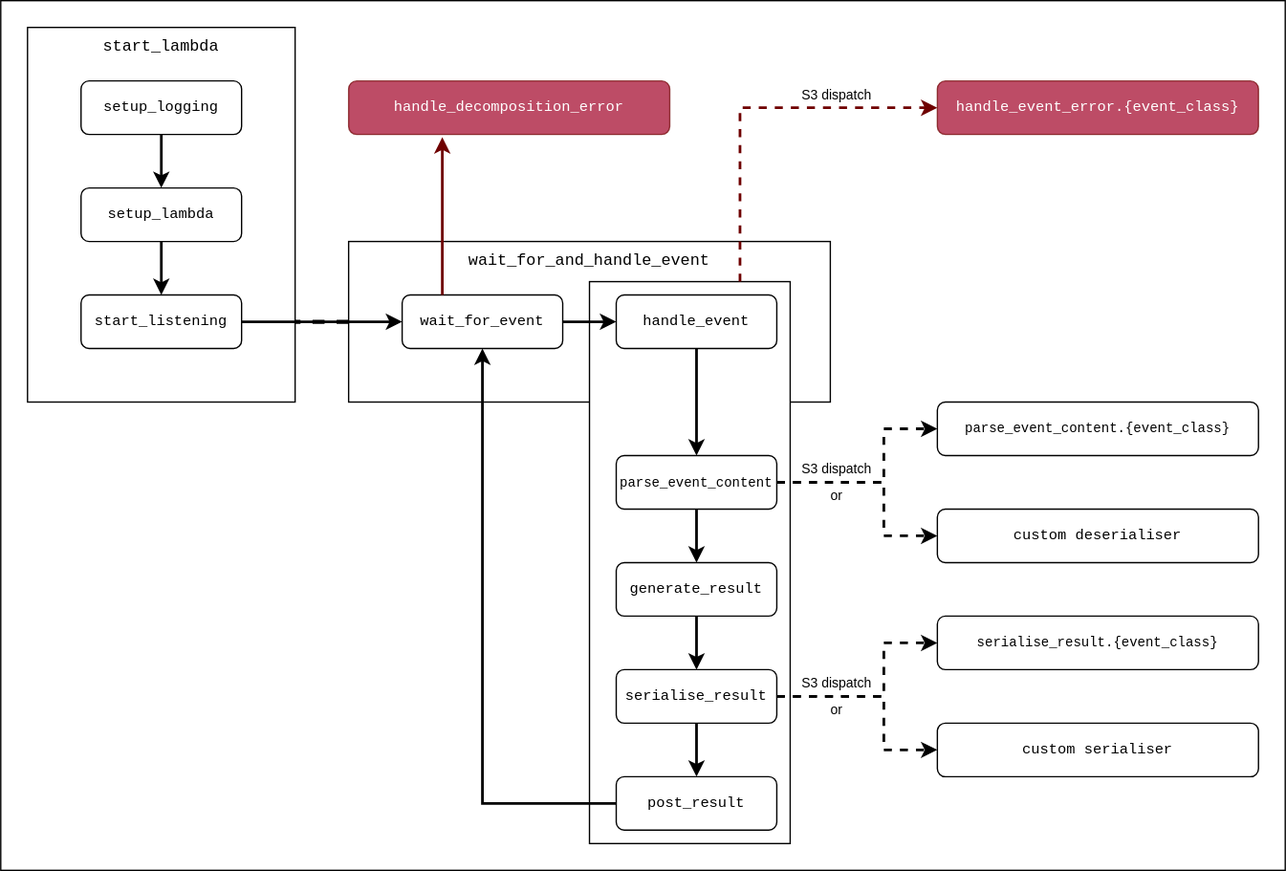
The draw.io diagram man/figures/start-listening.drawio.svg in mdneuzerling/lambdr, before a commit. Source tidied: cells renumbered, new cells last; positions are measured from the earlier drawing's top-left corner, leaving out a move shared by most shapes.
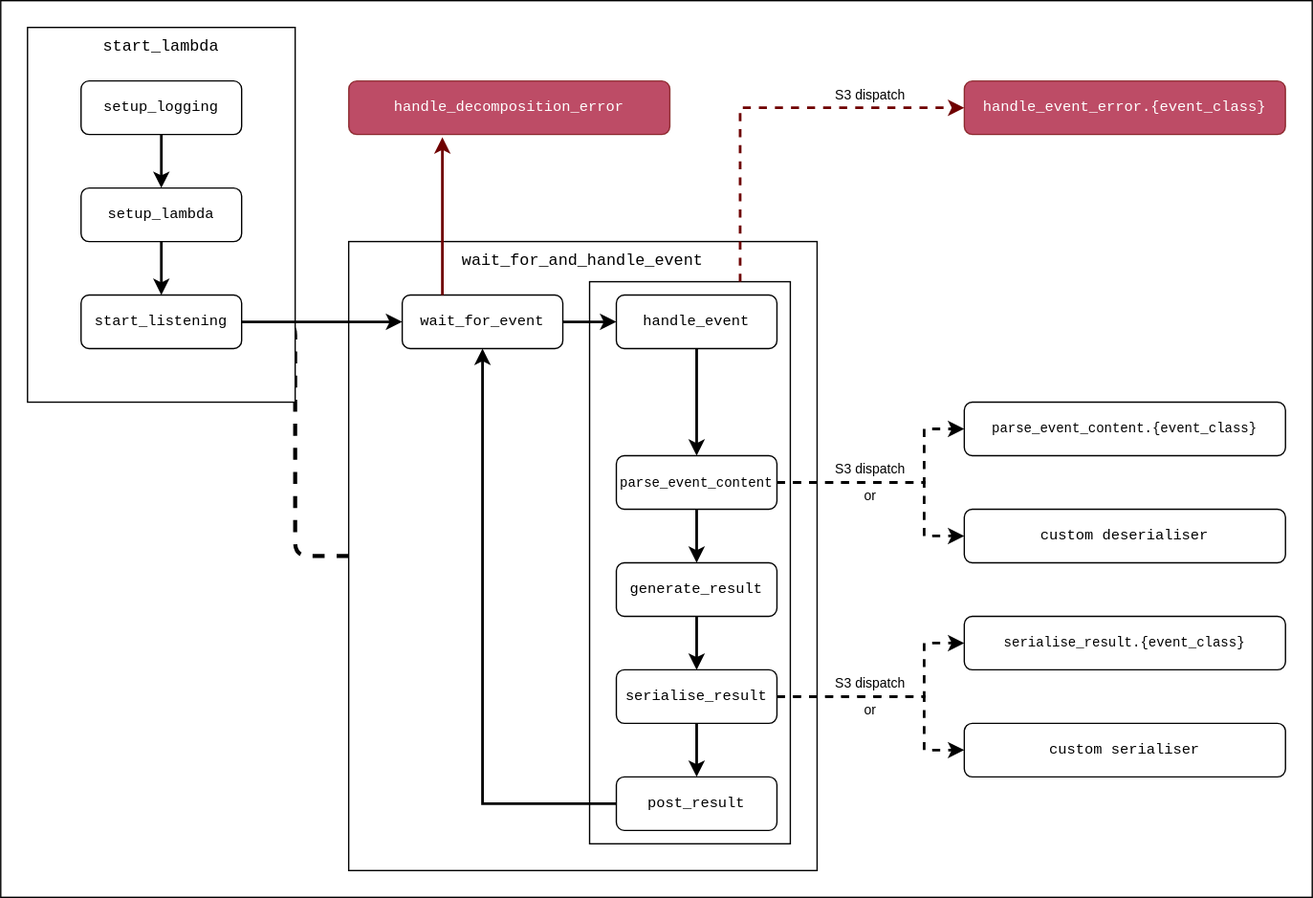
After the change.

Commit message:
General touches to README and fig

The edit, as a diff of the source:
```diff
@@ -3,13 +3,13 @@
     <mxCell id="0" />
     <mxCell id="1" parent="0" />
     <mxCell id="2" style="rounded=0;whiteSpace=wrap;html=1;fontSize=10;verticalAlign=top;fillColor=#FFFFFF;labelBackgroundColor=#ffffff;" parent="1" vertex="1">
-      <mxGeometry width="960" height="650" as="geometry" />
+      <mxGeometry width="980" height="670" as="geometry" />
     </mxCell>
     <mxCell id="3" style="edgeStyle=orthogonalEdgeStyle;rounded=1;jettySize=auto;html=1;dashed=1;fontSize=10;strokeWidth=3;" parent="1" edge="1" source="4" target="11">
       <mxGeometry relative="1" as="geometry" />
     </mxCell>
     <mxCell id="4" value="&lt;font face=&quot;Courier New&quot;&gt;wait_for_and_handle_event&lt;/font&gt;" style="rounded=0;whiteSpace=wrap;html=1;verticalAlign=top;" parent="1" vertex="1">
-      <mxGeometry x="260" y="180" width="360" height="120" as="geometry" />
+      <mxGeometry x="260" y="180" width="350" height="470" as="geometry" />
     </mxCell>
     <mxCell id="5" style="rounded=0;whiteSpace=wrap;html=1;verticalAlign=top;" parent="1" vertex="1">
       <mxGeometry x="440" y="210" width="150" height="420" as="geometry" />
@@ -39,7 +39,7 @@
       <mxGeometry x="460" y="500" width="120" height="40" as="geometry" />
     </mxCell>
     <mxCell id="14" value="&lt;font face=&quot;Courier New&quot; style=&quot;font-size: 11px&quot;&gt;custom deserialiser&lt;/font&gt;" style="rounded=1;whiteSpace=wrap;html=1;fontSize=10;" parent="1" vertex="1">
-      <mxGeometry x="700" y="380" width="240" height="40" as="geometry" />
+      <mxGeometry x="720" y="380" width="240" height="40" as="geometry" />
     </mxCell>
     <mxCell id="15" style="edgeStyle=orthogonalEdgeStyle;rounded=0;jettySize=auto;html=1;exitX=0.5;exitY=1;exitDx=0;exitDy=0;entryX=0.5;entryY=0;entryDx=0;entryDy=0;strokeWidth=2;" parent="1" edge="1" source="12" target="13">
       <mxGeometry relative="1" as="geometry" />
@@ -64,47 +64,42 @@
       </mxGeometry>
     </mxCell>
     <mxCell id="21" value="&lt;font face=&quot;Courier New&quot; style=&quot;font-size: 10px&quot;&gt;parse_event_content.{event_class}&lt;/font&gt;" style="rounded=1;whiteSpace=wrap;html=1;fontSize=10;" parent="1" vertex="1">
-      <mxGeometry x="700" y="300" width="240" height="40" as="geometry" />
+      <mxGeometry x="720" y="300" width="240" height="40" as="geometry" />
     </mxCell>
     <mxCell id="22" style="edgeStyle=orthogonalEdgeStyle;rounded=0;jettySize=auto;html=1;dashed=1;exitX=1;exitY=0.5;exitDx=0;exitDy=0;entryX=0;entryY=0.5;entryDx=0;entryDy=0;strokeWidth=2;" parent="1" edge="1" source="19" target="21">
       <mxGeometry relative="1" as="geometry">
         <Array as="points">
-          <mxPoint x="660" y="360" />
-          <mxPoint x="660" y="320" />
+          <mxPoint x="690" y="360" />
+          <mxPoint x="690" y="320" />
         </Array>
       </mxGeometry>
     </mxCell>
     <mxCell id="23" style="edgeStyle=orthogonalEdgeStyle;rounded=0;jettySize=auto;html=1;entryX=0;entryY=0.5;entryDx=0;entryDy=0;dashed=1;exitX=1;exitY=0.5;exitDx=0;exitDy=0;strokeWidth=2;" parent="1" edge="1" source="19" target="14">
       <mxGeometry relative="1" as="geometry">
         <Array as="points">
-          <mxPoint x="660" y="360" />
-          <mxPoint x="660" y="400" />
+          <mxPoint x="690" y="360" />
+          <mxPoint x="690" y="400" />
         </Array>
       </mxGeometry>
     </mxCell>
     <mxCell id="24" value="S3 dispatch" style="text;html=1;strokeColor=none;fillColor=none;align=center;verticalAlign=middle;whiteSpace=wrap;rounded=0;fontSize=10;fontColor=#000000;" parent="1" vertex="1">
-      <mxGeometry x="590" y="340" width="70" height="20" as="geometry" />
+      <mxGeometry x="610" y="340" width="80" height="20" as="geometry" />
     </mxCell>
-    <mxCell id="25" style="edgeStyle=orthogonalEdgeStyle;rounded=1;jettySize=auto;html=1;exitX=1;exitY=0.5;exitDx=0;exitDy=0;dashed=1;fontSize=10;" parent="1" edge="1" source="26">
-      <mxGeometry relative="1" as="geometry">
-        <mxPoint x="660" y="370" as="targetPoint" />
-      </mxGeometry>
-    </mxCell>
     <mxCell id="26" value="or" style="text;html=1;strokeColor=none;fillColor=none;align=center;verticalAlign=middle;whiteSpace=wrap;rounded=0;fontSize=10;fontColor=#000000;" parent="1" vertex="1">
-      <mxGeometry x="590" y="360" width="70" height="20" as="geometry" />
+      <mxGeometry x="610" y="360" width="80" height="20" as="geometry" />
     </mxCell>
     <mxCell id="27" value="&lt;font face=&quot;Courier New&quot; style=&quot;font-size: 11px&quot;&gt;custom serialiser&lt;/font&gt;" style="rounded=1;whiteSpace=wrap;html=1;fontSize=10;" parent="1" vertex="1">
-      <mxGeometry x="700" y="540" width="240" height="40" as="geometry" />
+      <mxGeometry x="720" y="540" width="240" height="40" as="geometry" />
     </mxCell>
     <mxCell id="28" value="&lt;font face=&quot;Courier New&quot; style=&quot;font-size: 10px&quot;&gt;serialise_result.{event_class}&lt;/font&gt;" style="rounded=1;whiteSpace=wrap;html=1;fontSize=10;" parent="1" vertex="1">
-      <mxGeometry x="700" y="460" width="240" height="40" as="geometry" />
+      <mxGeometry x="720" y="460" width="240" height="40" as="geometry" />
     </mxCell>
     <mxCell id="29" style="edgeStyle=orthogonalEdgeStyle;rounded=0;jettySize=auto;html=1;dashed=1;exitX=1;exitY=0.5;exitDx=0;exitDy=0;entryX=0;entryY=0.5;entryDx=0;entryDy=0;strokeWidth=2;" parent="1" edge="1" target="28">
       <mxGeometry relative="1" as="geometry">
         <mxPoint x="580" y="520" as="sourcePoint" />
         <Array as="points">
-          <mxPoint x="660" y="520" />
-          <mxPoint x="660" y="480" />
+          <mxPoint x="690" y="520" />
+          <mxPoint x="690" y="480" />
         </Array>
       </mxGeometry>
     </mxCell>
@@ -112,16 +107,16 @@
       <mxGeometry relative="1" as="geometry">
         <mxPoint x="580" y="520" as="sourcePoint" />
         <Array as="points">
-          <mxPoint x="660" y="520" />
-          <mxPoint x="660" y="560" />
+          <mxPoint x="690" y="520" />
+          <mxPoint x="690" y="560" />
         </Array>
       </mxGeometry>
     </mxCell>
     <mxCell id="31" value="S3 dispatch" style="text;html=1;strokeColor=none;fillColor=none;align=center;verticalAlign=middle;whiteSpace=wrap;rounded=0;fontSize=10;fontColor=#000000;" parent="1" vertex="1">
-      <mxGeometry x="590" y="500" width="70" height="20" as="geometry" />
+      <mxGeometry x="610" y="500" width="80" height="20" as="geometry" />
     </mxCell>
     <mxCell id="32" value="or" style="text;html=1;strokeColor=none;fillColor=none;align=center;verticalAlign=middle;whiteSpace=wrap;rounded=0;fontSize=10;fontColor=#000000;" parent="1" vertex="1">
-      <mxGeometry x="590" y="520" width="70" height="20" as="geometry" />
+      <mxGeometry x="610" y="520" width="80" height="20" as="geometry" />
     </mxCell>
     <mxCell id="33" style="edgeStyle=orthogonalEdgeStyle;rounded=0;jettySize=auto;html=1;exitX=0;exitY=0.5;exitDx=0;exitDy=0;strokeWidth=2;" parent="1" edge="1" source="17">
       <mxGeometry relative="1" as="geometry">
@@ -145,7 +140,7 @@
       </mxGeometry>
     </mxCell>
     <mxCell id="38" value="&lt;font face=&quot;Courier New&quot; style=&quot;font-size: 11px&quot;&gt;handle_event_error.{event_class}&lt;/font&gt;" style="rounded=1;whiteSpace=wrap;html=1;fontSize=11;fillColor=#a20025;strokeColor=#6F0000;fontColor=#ffffff;opacity=70;" parent="1" vertex="1">
-      <mxGeometry x="700" y="60" width="240" height="40" as="geometry" />
+      <mxGeometry x="720" y="60" width="240" height="40" as="geometry" />
     </mxCell>
     <mxCell id="39" value="&lt;font face=&quot;Courier New&quot; style=&quot;font-size: 11px&quot;&gt;handle_decomposition_error&lt;/font&gt;" style="rounded=1;whiteSpace=wrap;html=1;fontSize=11;fillColor=#a20025;strokeColor=#6F0000;fontColor=#ffffff;opacity=70;" parent="1" vertex="1">
       <mxGeometry x="260" y="60" width="240" height="40" as="geometry" />
@@ -163,7 +158,7 @@
       </mxGeometry>
     </mxCell>
     <mxCell id="42" value="S3 dispatch" style="text;html=1;strokeColor=none;fillColor=none;align=center;verticalAlign=middle;whiteSpace=wrap;rounded=0;fontSize=10;fontColor=#000000;" parent="1" vertex="1">
-      <mxGeometry x="590" y="60" width="70" height="20" as="geometry" />
+      <mxGeometry x="610" y="60" width="80" height="20" as="geometry" />
     </mxCell>
   </root>
 </mxGraphModel>
```
